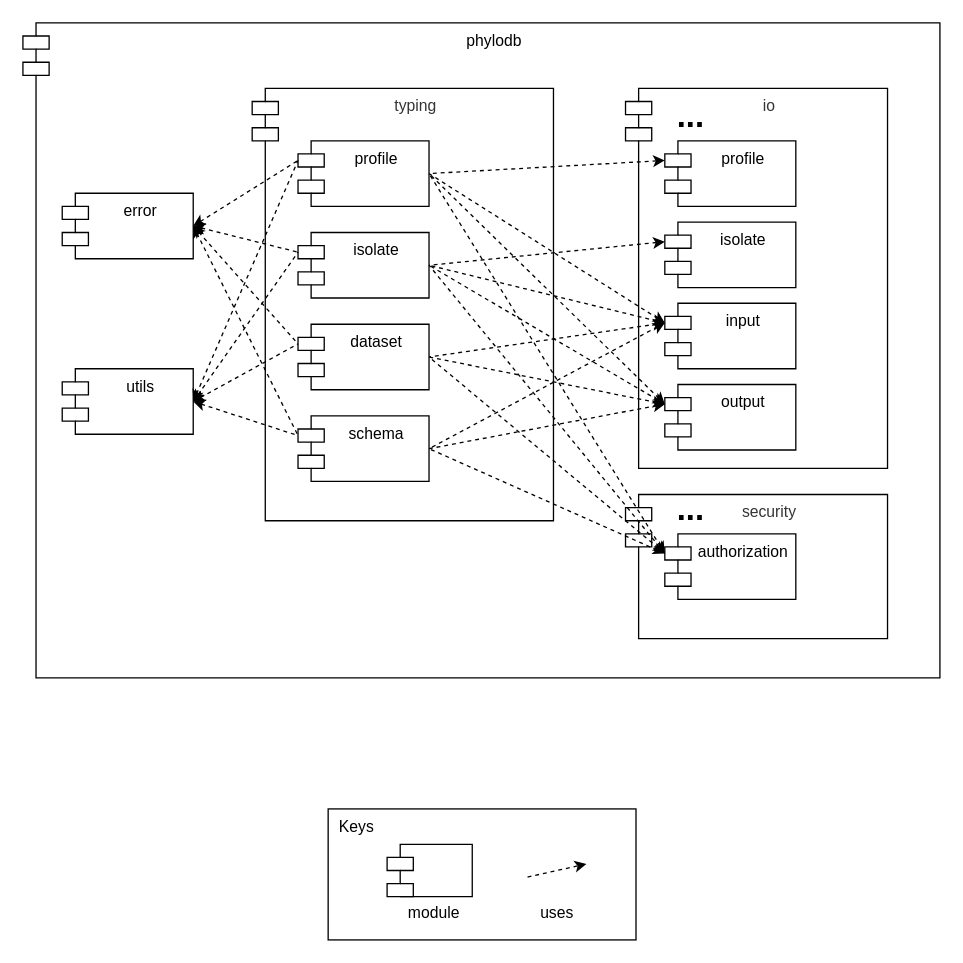
Earlier version of the draw.io diagram wiki/draw.io/phylodb/uses-typing.drawio (phyloviz/phyloDB). Source tidied: cells renumbered, new cells numbered last; positions are measured from the earlier drawing's top-left corner, leaving out a move shared by most shapes. Both pictures are drawn from the tidied source at 131%, with x=0, y=0 at pixel (22, 22).
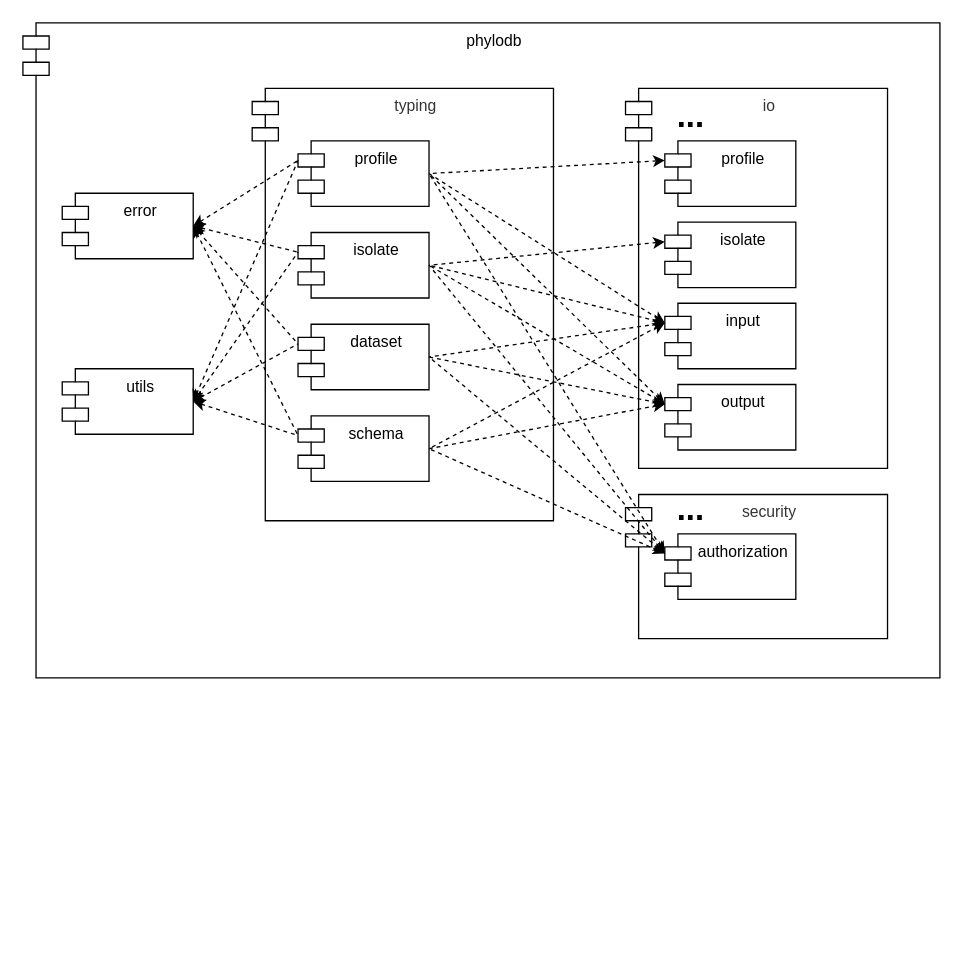
After the change.

Change to the diagram source:
```diff
@@
-    <mxCell id="42" style="group;" parent="1" vertex="1">
-      <mxGeometry x="233" y="600" width="235" height="100" as="geometry" />
-    </mxCell>
-    <mxCell id="43" value="&amp;nbsp; Keys" style="rounded=0;whiteSpace=wrap;html=1;align=left;verticalAlign=top;" parent="42" vertex="1">
-      <mxGeometry width="235" height="100" as="geometry" />
-    </mxCell>
-    <mxCell id="44" style="endArrow=classic;html=1;exitX=1;exitY=0.5;exitDx=0;exitDy=0;startArrow=none;startFill=0;endFill=1;dashed=1;" parent="42" edge="1">
-      <mxGeometry relative="1" as="geometry">
-        <mxPoint x="152.2" y="52" as="sourcePoint" />
-        <mxPoint x="197.2" y="42" as="targetPoint" />
-      </mxGeometry>
-    </mxCell>
-    <mxCell id="45" value="uses" style="text;html=1;strokeColor=none;fillColor=none;align=center;verticalAlign=middle;whiteSpace=wrap;rounded=0;" parent="42" vertex="1">
-      <mxGeometry x="145" y="70" width="59.5" height="20" as="geometry" />
-    </mxCell>
-    <mxCell id="46" style="shape=module;align=left;spacingLeft=20;align=center;verticalAlign=top;" parent="42" vertex="1">
-      <mxGeometry x="45" y="27" width="65" height="40" as="geometry" />
-    </mxCell>
-    <mxCell id="47" value="module" style="text;html=1;strokeColor=none;fillColor=none;align=center;verticalAlign=middle;whiteSpace=wrap;rounded=0;" parent="42" vertex="1">
-      <mxGeometry x="50.5" y="70" width="59.5" height="20" as="geometry" />
-    </mxCell>
```
